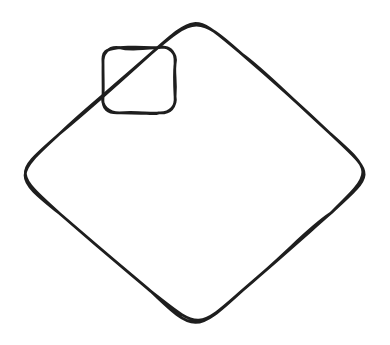
Earlier version of the Excalidraw export Diagrams/Untitled-2025-ddeeed01-28-1818.excalidraw.svg (EugenGoGit/diagramm_store). Source tidied: one line per element, renumbered; positions are measured from the earlier drawing's top-left corner, leaving out a move shared by most shapes.
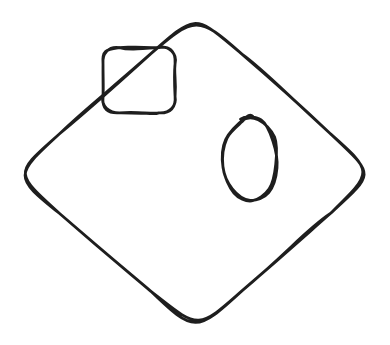
Later version of the same file.

Diff of the diagram source:
```diff
@@ -1,2 +1,3 @@
 {"id": 0, "type": "diamond", "strokeColor": "#1e1e1e", "strokeWidth": 2, "roughness": 1, "round": true, "x": 0, "y": 0, "width": 258, "height": 226}
 {"id": 1, "type": "rectangle", "strokeColor": "#1e1e1e", "strokeWidth": 2, "roughness": 1, "round": true, "x": 64, "y": 24, "width": 51, "height": 47}
+{"id": 2, "type": "ellipse", "strokeColor": "#1e1e1e", "strokeWidth": 2, "roughness": 1, "round": true, "x": 150, "y": 74, "width": 38, "height": 59}
```
